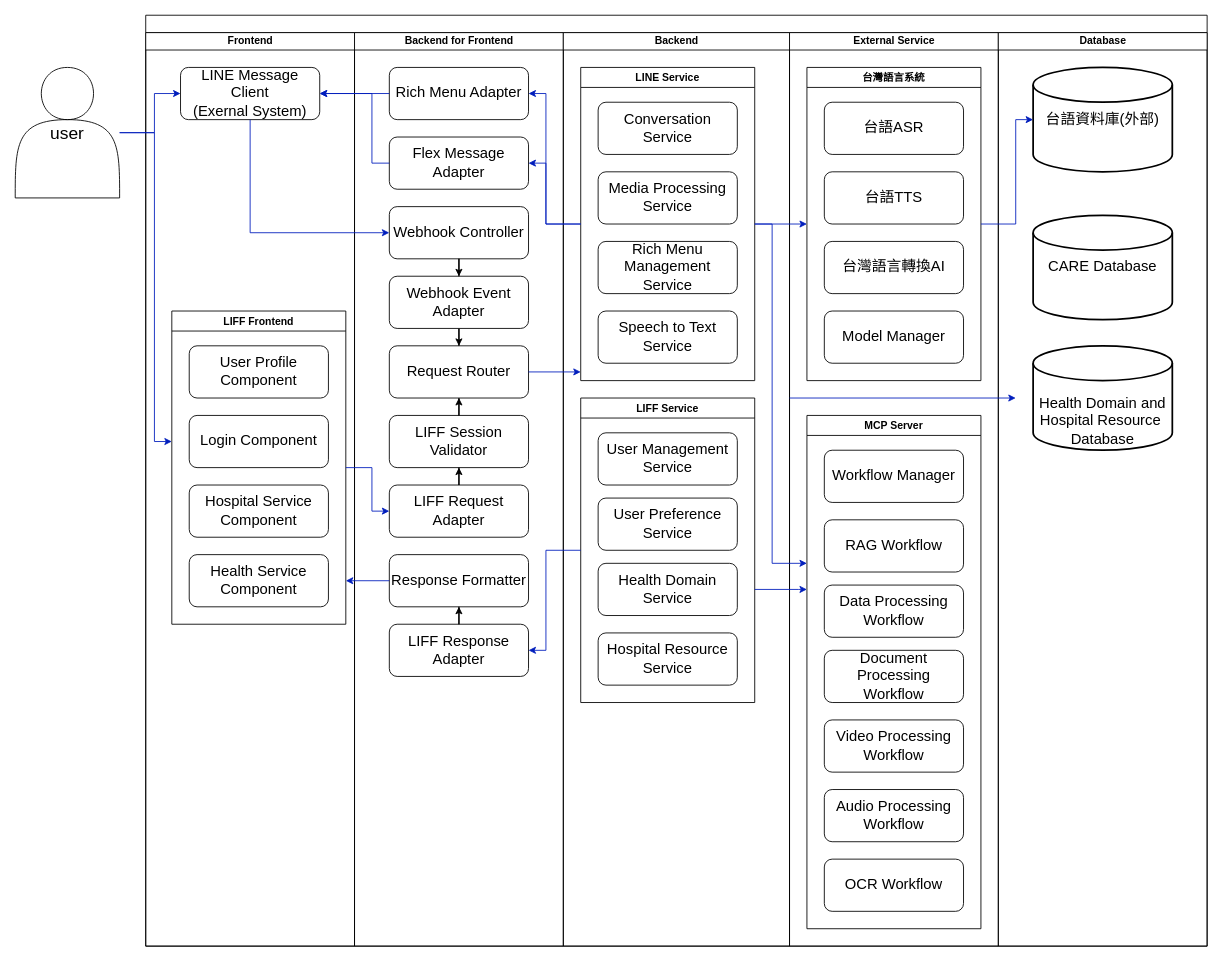
Before: images/架構圖/CARE架構圖.drawio in Yanagi-0912/Health-Info-System-Documents, a draw.io diagram. Source tidied: cells renumbered, new cells numbered last; positions are measured from the earlier drawing's top-left corner, leaving out a move shared by most shapes. Both pictures are drawn from the tidied source at 87%, with x=0, y=0 at pixel (15, 15).
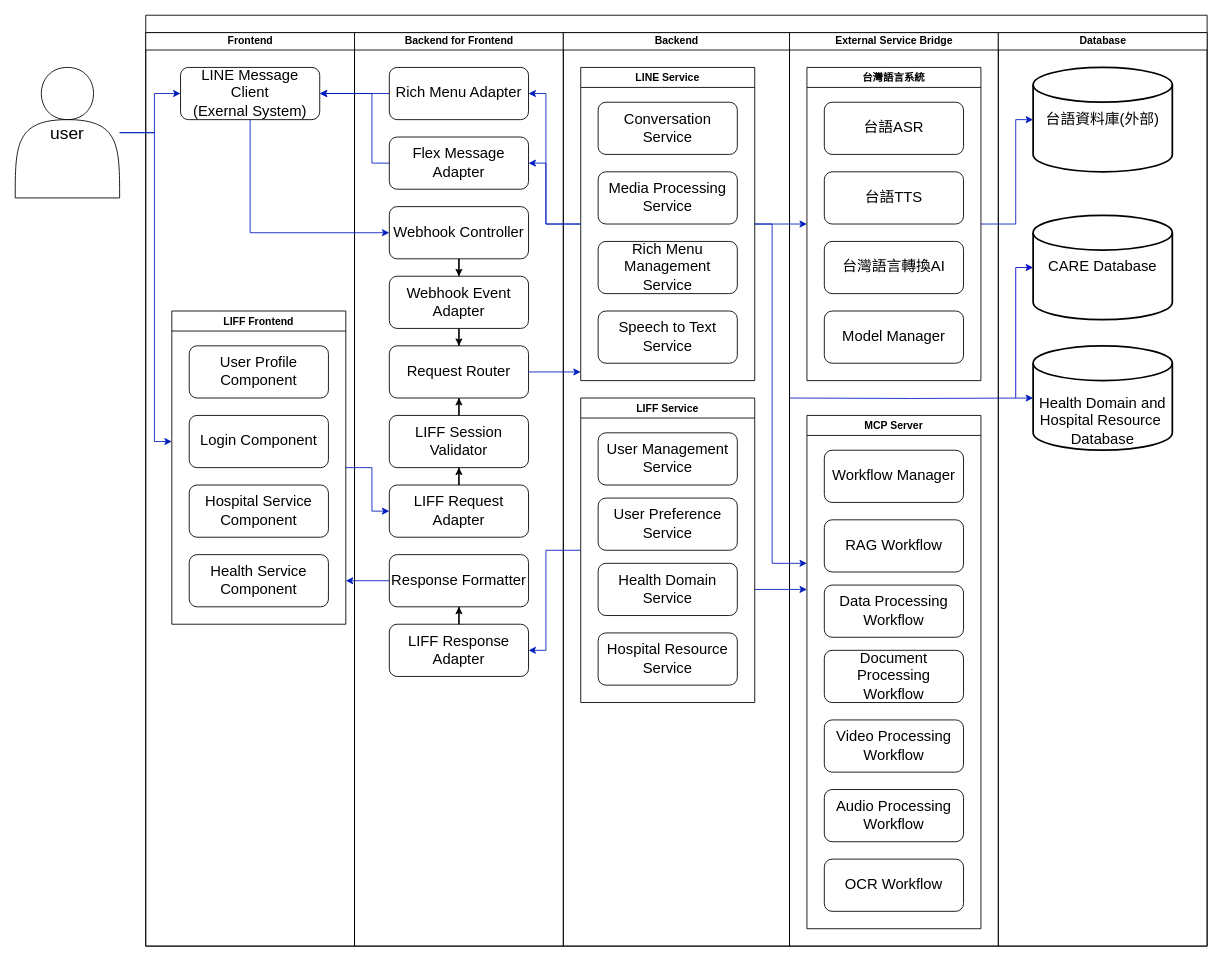
After the change.

Unchanged cells that the change refers to:
```xml
<mxCell id="2" style="swimlane;startSize=20;html=1;" parent="1" vertex="1">
  <mxGeometry x="150" width="1220" height="1070" as="geometry" />
</mxCell>
<mxCell id="50" value="Database" style="swimlane;startSize=20;html=1;" parent="2" vertex="1">
  <mxGeometry x="980" y="20" width="240" height="1050" as="geometry" />
</mxCell>
<mxCell id="52" value="CARE Database" style="strokeWidth=2;shape=mxgraph.flowchart.database;whiteSpace=wrap;fontSize=17;fontColor=default;textShadow=0;html=1;fontStyle=0;verticalAlign=middle;" parent="50" vertex="1">
  <mxGeometry x="40" y="210" width="160" height="120" as="geometry" />
</mxCell>
<mxCell id="53" value="Health Domain and&lt;br&gt;Hospital Resource&amp;nbsp;&lt;br&gt;Database" style="strokeWidth=2;shape=mxgraph.flowchart.database;whiteSpace=wrap;fontSize=17;fontColor=default;textShadow=0;html=1;fontStyle=0;verticalAlign=bottom;" parent="50" vertex="1">
  <mxGeometry x="40" y="360" width="160" height="120" as="geometry" />
</mxCell>
```

Change to the diagram source:
```diff
@@
-    <mxCell id="36" value="External Service" style="swimlane;startSize=20;html=1;" parent="2" vertex="1">
+    <mxCell id="36" value="External Service Bridge" style="swimlane;startSize=20;html=1;" parent="2" vertex="1">
       <mxGeometry x="740" y="20" width="240" height="1050" as="geometry" />
     </mxCell>
@@
+    <mxCell id="71" style="endArrow=classic;html=1;rounded=0;entryX=0;entryY=0.5;entryDx=0;entryDy=0;entryPerimeter=0;strokeColor=#0000CC;" parent="50" edge="1" target="52">
+      <mxGeometry relative="1" as="geometry">
+        <mxPoint x="20" y="420" as="sourcePoint" />
+        <Array as="points">
+          <mxPoint x="20" y="270" />
+        </Array>
+      </mxGeometry>
+    </mxCell>
@@
-    <mxCell id="67" style="edgeStyle=orthogonalEdgeStyle;rounded=0;orthogonalLoop=1;jettySize=auto;html=1;fillColor=#0050ef;strokeColor=#001DBC;" parent="2" edge="1">
+    <mxCell id="67" style="edgeStyle=orthogonalEdgeStyle;rounded=0;jettySize=auto;html=1;fillColor=#0050ef;strokeColor=#001DBC;entryX=0;entryY=0.5;entryDx=0;entryDy=0;entryPerimeter=0;" parent="2" edge="1" target="53">
       <mxGeometry relative="1" as="geometry">
         <mxPoint x="740" y="440" as="sourcePoint" />
-        <mxPoint x="1000" y="440" as="targetPoint" />
       </mxGeometry>
     </mxCell>
```
